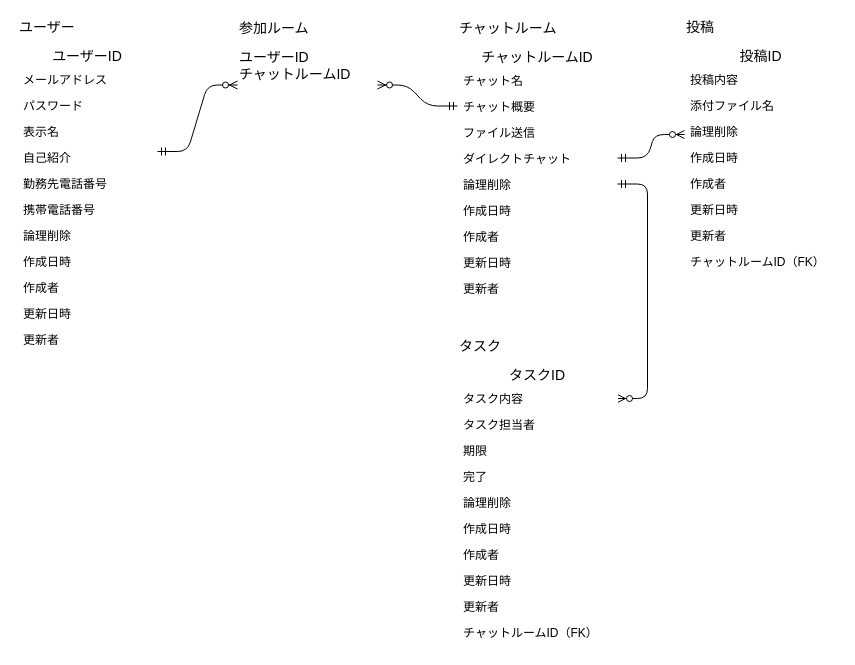
codeschoolway/quelcode-db keeps this draw.io diagram as db/db-challenge1/index.dio. Above is the earlier version. Source tidied: cells renumbered, new cells numbered last; positions are measured from the earlier drawing's top-left corner, leaving out a move shared by most shapes. Both pictures are drawn from the tidied source at 100%, with x=0, y=0 at pixel (17, 17).
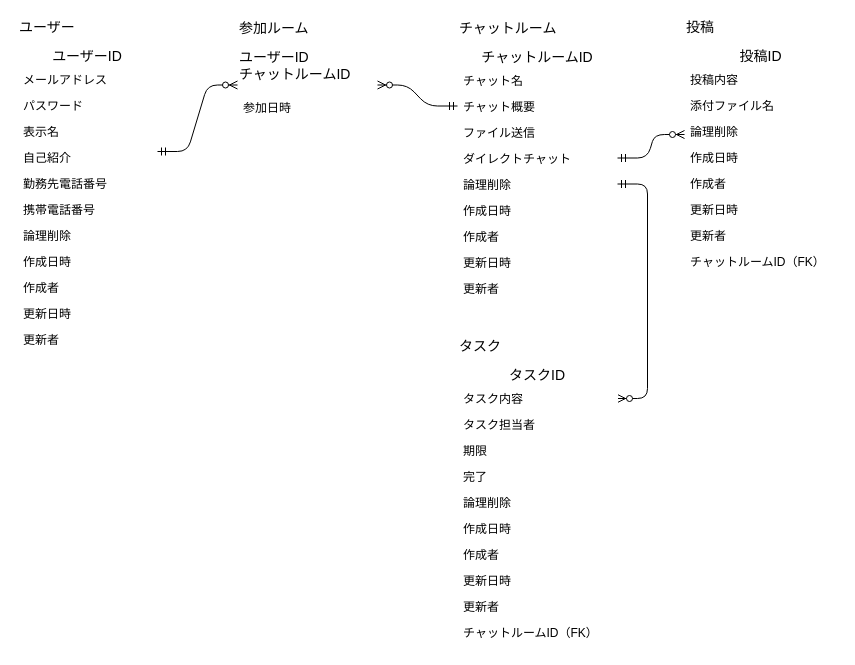
The same diagram, later.

Commit message:
参加ルームテーブルに参加日時を追加

What changed in the source:
```diff
@@
+    <mxCell id="55" value="参加日時" style="text;strokeColor=none;fillColor=none;spacingLeft=4;spacingRight=4;overflow=hidden;fontSize=12;" parent="1" vertex="1">
+      <mxGeometry x="220" y="77" width="130" height="26" as="geometry" />
+    </mxCell>
```
